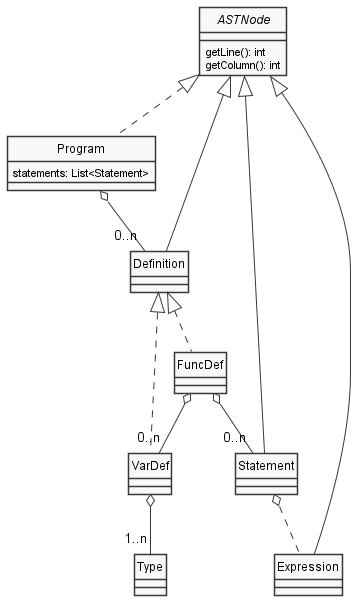
This is docs/diagrams/Program.png from uo271288/dlp-compiler, a PlantUML export, as it was before one commit.
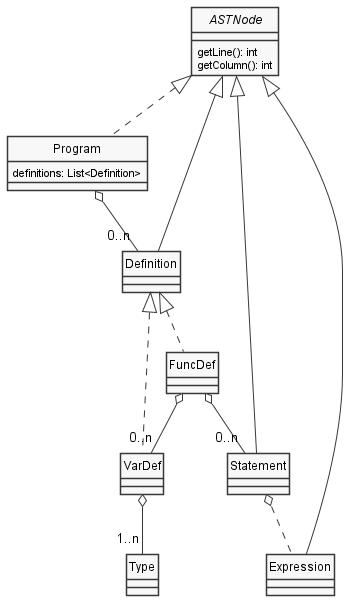
Later version of the same file.

Change to the diagram source:
```diff
@@ -9,7 +9,7 @@
 }
 
 class Program {
-    statements: List<Statement>
+    definitions: List<Definition>
 }
 
 class Statement
```
